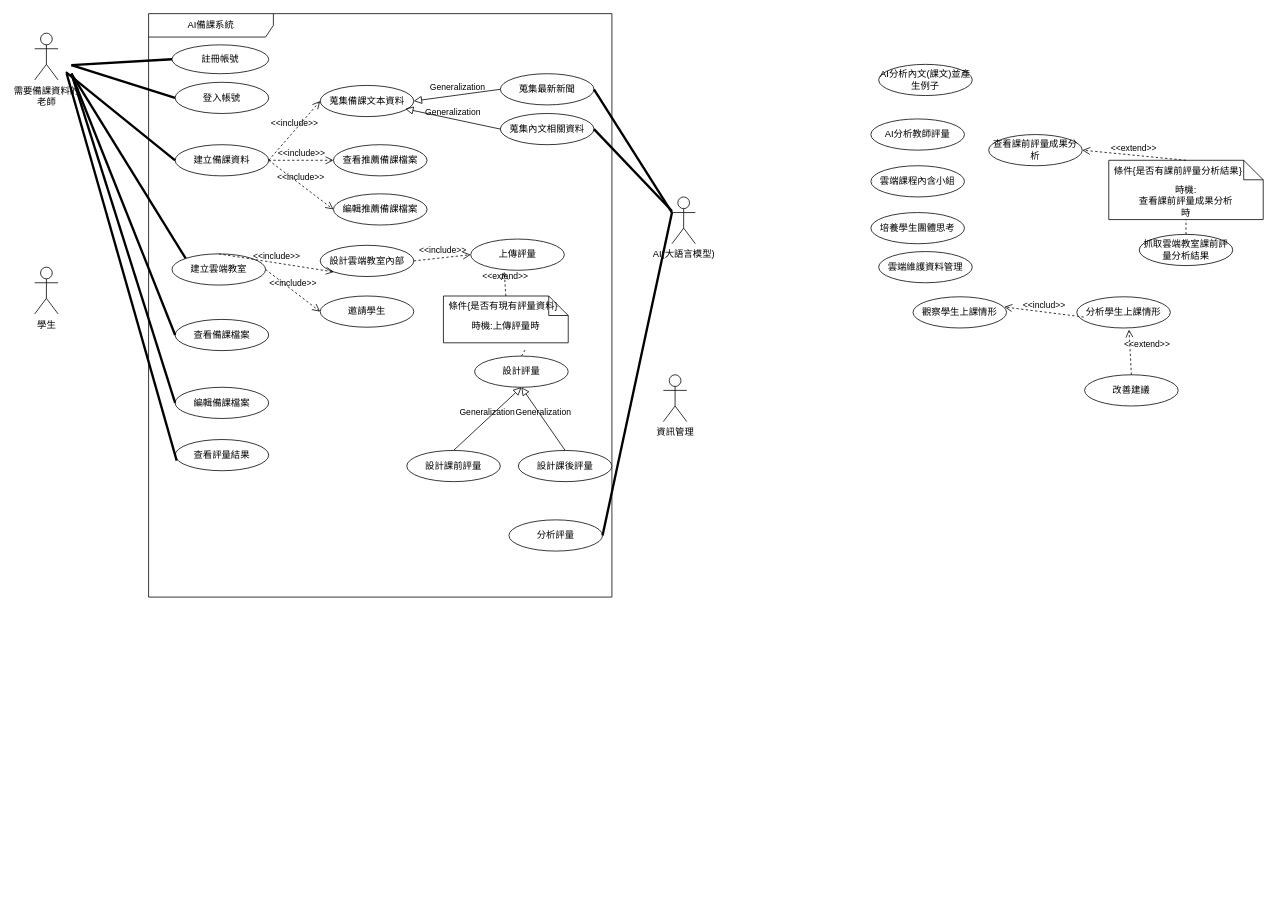
Earlier version of the draw.io diagram page "第 1 页" (1 of 2) of 顧客關係圖.drawio (Kevincheng0804/System-analysis). Source tidied: cells renumbered, new cells numbered last; positions are measured from the earlier drawing's top-left corner, leaving out a move shared by most shapes. Both pictures are drawn from the tidied source at 78%, with x=0, y=0 at pixel (34, 13).
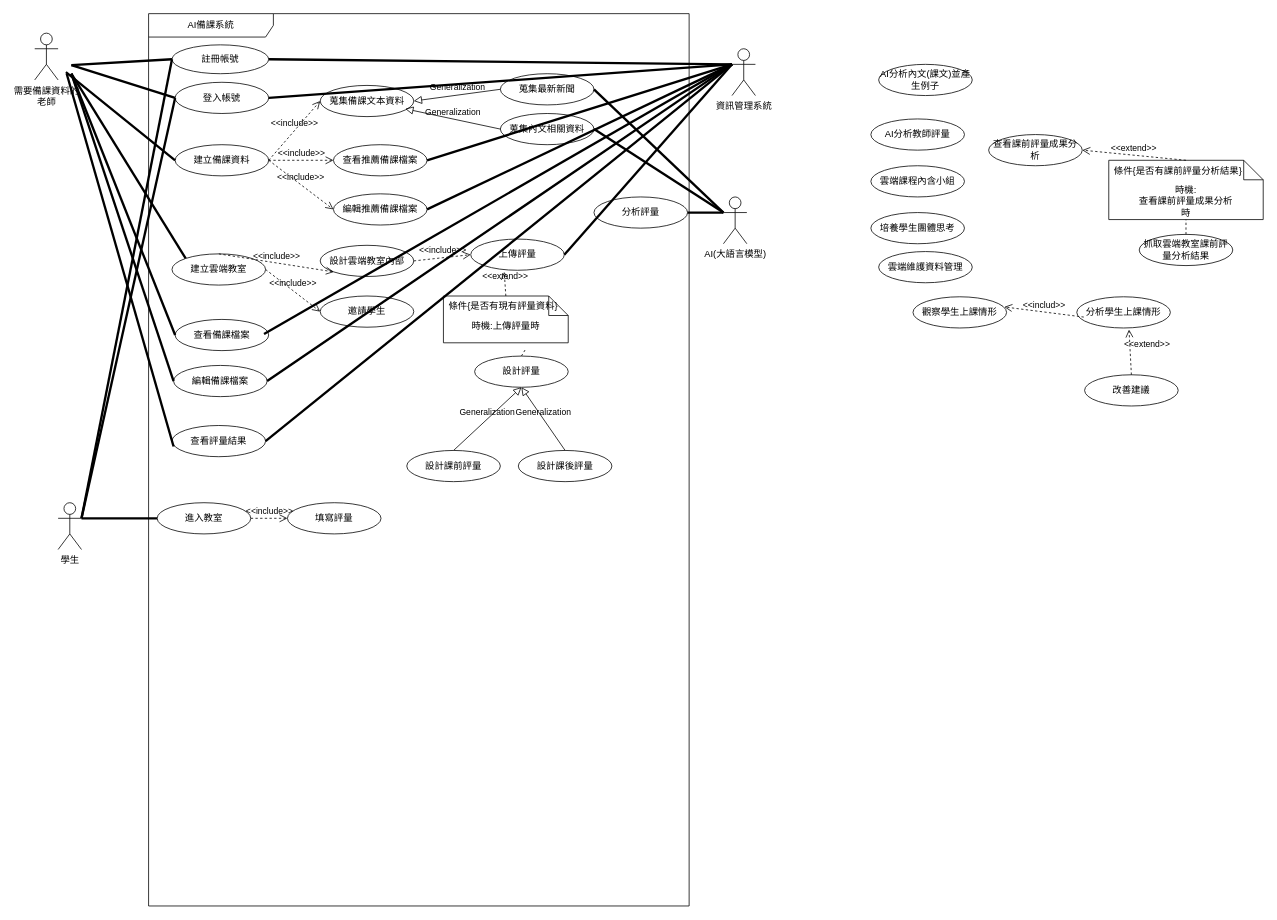
Above is the later version.

Commit message:
更新顧客關係圖.drawio

The change refers to these unchanged cells:
```xml
<mxCell id="4" value="登入帳號" style="ellipse;html=1;whiteSpace=wrap;" parent="3" vertex="1">
  <mxGeometry x="34" y="88" width="120" height="40" as="geometry" />
</mxCell>
<mxCell id="7" value="蒐集內文相關資料" style="ellipse;html=1;whiteSpace=wrap;" parent="3" vertex="1">
  <mxGeometry x="451" y="128" width="120" height="40" as="geometry" />
</mxCell>
<mxCell id="8" value="註冊帳號" style="ellipse;html=1;whiteSpace=wrap;" parent="3" vertex="1">
  <mxGeometry x="30" y="40" width="124" height="37" as="geometry" />
</mxCell>
<mxCell id="18" value="查看推薦備課檔案" style="ellipse;html=1;whiteSpace=wrap;" parent="3" vertex="1">
  <mxGeometry x="237" y="168" width="120" height="40" as="geometry" />
</mxCell>
<mxCell id="19" value="編輯推薦備課檔案" style="ellipse;html=1;whiteSpace=wrap;" parent="3" vertex="1">
  <mxGeometry x="237" y="231" width="120" height="40" as="geometry" />
</mxCell>
<mxCell id="22" value="查看備課檔案" style="ellipse;html=1;whiteSpace=wrap;" parent="3" vertex="1">
  <mxGeometry x="34" y="392" width="120" height="40" as="geometry" />
</mxCell>
<mxCell id="30" value="上傳評量" style="ellipse;html=1;whiteSpace=wrap;" parent="3" vertex="1">
  <mxGeometry x="413" y="289" width="120" height="40" as="geometry" />
</mxCell>
```

What changed in the source:
```diff
@@
     <mxCell id="3" value="AI備課系統" style="shape=umlFrame;whiteSpace=wrap;html=1;width=160;" parent="1" vertex="1">
-      <mxGeometry x="146" width="594" height="748" as="geometry" />
+      <mxGeometry x="146" width="693" height="1144" as="geometry" />
     </mxCell>
@@
     <mxCell id="39" value="查看評量結果" style="ellipse;html=1;whiteSpace=wrap;" parent="3" vertex="1">
-      <mxGeometry x="34" y="546" width="120" height="40" as="geometry" />
+      <mxGeometry x="30" y="528" width="120" height="40" as="geometry" />
     </mxCell>
     <mxCell id="40" value="編輯備課檔案" style="ellipse;html=1;whiteSpace=wrap;" parent="3" vertex="1">
-      <mxGeometry x="34" y="479" width="120" height="40" as="geometry" />
+      <mxGeometry x="32" y="451" width="120" height="40" as="geometry" />
     </mxCell>
     <mxCell id="41" value="分析評量" style="ellipse;html=1;whiteSpace=wrap;" parent="3" vertex="1">
-      <mxGeometry x="462" y="649" width="120" height="40" as="geometry" />
+      <mxGeometry x="571" y="235" width="120" height="40" as="geometry" />
     </mxCell>
+    <mxCell id="70" value="填寫評量" style="ellipse;html=1;whiteSpace=wrap;" parent="3" vertex="1">
+      <mxGeometry x="178" y="627" width="120" height="40" as="geometry" />
+    </mxCell>
+    <mxCell id="71" value="進入教室" style="ellipse;html=1;whiteSpace=wrap;" parent="3" vertex="1">
+      <mxGeometry x="11" y="627" width="120" height="40" as="geometry" />
+    </mxCell>
+    <mxCell id="72" value="&amp;lt;&amp;lt;include&amp;gt;&amp;gt;" style="endArrow=open;startArrow=none;endFill=0;startFill=0;endSize=8;html=1;verticalAlign=bottom;dashed=1;labelBackgroundColor=none;rounded=0;exitX=1;exitY=0.5;exitDx=0;exitDy=0;entryX=0;entryY=0.5;entryDx=0;entryDy=0;" parent="3" edge="1" source="71" target="70">
+      <mxGeometry relative="1" as="geometry" />
+    </mxCell>
@@
     <mxCell id="48" value="學生" style="shape=umlActor;verticalLabelPosition=bottom;verticalAlign=top;html=1;" parent="1" vertex="1">
-      <mxGeometry y="325" width="30" height="60" as="geometry" />
+      <mxGeometry x="30" y="627" width="30" height="60" as="geometry" />
     </mxCell>
@@
     <mxCell id="65" value="AI(大語言模型)" style="shape=umlActor;verticalLabelPosition=bottom;verticalAlign=top;html=1;" parent="1" vertex="1">
-      <mxGeometry x="817" y="235" width="30" height="60" as="geometry" />
+      <mxGeometry x="883" y="235" width="30" height="60" as="geometry" />
     </mxCell>
@@
-    <mxCell id="67" style="endArrow=none;startArrow=none;endFill=0;startFill=0;endSize=8;html=1;verticalAlign=bottom;labelBackgroundColor=none;strokeWidth=3;rounded=0;exitX=1;exitY=0.5;exitDx=0;exitDy=0;" parent="1" edge="1" source="7">
-      <mxGeometry relative="1" as="geometry">
-        <mxPoint x="817" y="253" as="targetPoint" />
-      </mxGeometry>
+    <mxCell id="67" style="endArrow=none;startArrow=none;endFill=0;startFill=0;endSize=8;html=1;verticalAlign=bottom;labelBackgroundColor=none;strokeWidth=3;rounded=0;exitX=1;exitY=0.5;exitDx=0;exitDy=0;entryX=0;entryY=0.3333333333333333;entryDx=0;entryDy=0;entryPerimeter=0;" parent="1" edge="1" source="7" target="65">
+      <mxGeometry relative="1" as="geometry" />
     </mxCell>
@@
-    <mxCell id="69" value="資訊管理" style="shape=umlActor;verticalLabelPosition=bottom;verticalAlign=top;html=1;" parent="1" vertex="1">
-      <mxGeometry x="806" y="463" width="30" height="60" as="geometry" />
+    <mxCell id="69" value="資訊管理系統" style="shape=umlActor;verticalLabelPosition=bottom;verticalAlign=top;html=1;" parent="1" vertex="1">
+      <mxGeometry x="894" y="45" width="30" height="60" as="geometry" />
     </mxCell>
+    <mxCell id="73" style="endArrow=none;startArrow=none;endFill=0;startFill=0;endSize=8;html=1;verticalAlign=bottom;labelBackgroundColor=none;strokeWidth=3;rounded=0;exitX=1;exitY=0.3333333333333333;exitDx=0;exitDy=0;exitPerimeter=0;entryX=0;entryY=0.5;entryDx=0;entryDy=0;" parent="1" edge="1" source="48" target="71">
+      <mxGeometry relative="1" as="geometry" />
+    </mxCell>
+    <mxCell id="74" style="endArrow=none;startArrow=none;endFill=0;startFill=0;endSize=8;html=1;verticalAlign=bottom;labelBackgroundColor=none;strokeWidth=3;rounded=0;entryX=0;entryY=0.5;entryDx=0;entryDy=0;exitX=1;exitY=0.3333333333333333;exitDx=0;exitDy=0;exitPerimeter=0;" parent="1" edge="1" source="48" target="8">
+      <mxGeometry relative="1" as="geometry" />
+    </mxCell>
+    <mxCell id="75" style="endArrow=none;startArrow=none;endFill=0;startFill=0;endSize=8;html=1;verticalAlign=bottom;labelBackgroundColor=none;strokeWidth=3;rounded=0;exitX=1;exitY=0.3333333333333333;exitDx=0;exitDy=0;exitPerimeter=0;entryX=0;entryY=0.5;entryDx=0;entryDy=0;" parent="1" edge="1" source="48" target="4">
+      <mxGeometry relative="1" as="geometry" />
+    </mxCell>
+    <mxCell id="76" style="endArrow=none;startArrow=none;endFill=0;startFill=0;endSize=8;html=1;verticalAlign=bottom;labelBackgroundColor=none;strokeWidth=3;rounded=0;entryX=0;entryY=0.3333333333333333;entryDx=0;entryDy=0;entryPerimeter=0;exitX=1;exitY=0.5;exitDx=0;exitDy=0;" parent="1" edge="1" source="8" target="69">
+      <mxGeometry relative="1" as="geometry" />
+    </mxCell>
+    <mxCell id="77" style="endArrow=none;startArrow=none;endFill=0;startFill=0;endSize=8;html=1;verticalAlign=bottom;labelBackgroundColor=none;strokeWidth=3;rounded=0;entryX=0;entryY=0.3333333333333333;entryDx=0;entryDy=0;entryPerimeter=0;exitX=1;exitY=0.5;exitDx=0;exitDy=0;" parent="1" edge="1" source="18" target="69">
+      <mxGeometry relative="1" as="geometry" />
+    </mxCell>
+    <mxCell id="78" style="endArrow=none;startArrow=none;endFill=0;startFill=0;endSize=8;html=1;verticalAlign=bottom;labelBackgroundColor=none;strokeWidth=3;rounded=0;entryX=0;entryY=0.3333333333333333;entryDx=0;entryDy=0;entryPerimeter=0;exitX=1;exitY=0.5;exitDx=0;exitDy=0;" parent="1" edge="1" source="4" target="69">
+      <mxGeometry relative="1" as="geometry" />
+    </mxCell>
+    <mxCell id="79" style="endArrow=none;startArrow=none;endFill=0;startFill=0;endSize=8;html=1;verticalAlign=bottom;labelBackgroundColor=none;strokeWidth=3;rounded=0;entryX=0;entryY=0.3333333333333333;entryDx=0;entryDy=0;entryPerimeter=0;exitX=1;exitY=0.5;exitDx=0;exitDy=0;" parent="1" edge="1" source="19" target="69">
+      <mxGeometry relative="1" as="geometry" />
+    </mxCell>
+    <mxCell id="80" style="endArrow=none;startArrow=none;endFill=0;startFill=0;endSize=8;html=1;verticalAlign=bottom;labelBackgroundColor=none;strokeWidth=3;rounded=0;entryX=0;entryY=0.3333333333333333;entryDx=0;entryDy=0;entryPerimeter=0;exitX=1;exitY=0.5;exitDx=0;exitDy=0;" parent="1" edge="1" source="30" target="69">
+      <mxGeometry relative="1" as="geometry" />
+    </mxCell>
+    <mxCell id="81" style="endArrow=none;startArrow=none;endFill=0;startFill=0;endSize=8;html=1;verticalAlign=bottom;labelBackgroundColor=none;strokeWidth=3;rounded=0;entryX=0;entryY=0.3333333333333333;entryDx=0;entryDy=0;entryPerimeter=0;exitX=0.95;exitY=0.467;exitDx=0;exitDy=0;exitPerimeter=0;" parent="1" edge="1" source="22" target="69">
+      <mxGeometry relative="1" as="geometry" />
+    </mxCell>
+    <mxCell id="82" style="endArrow=none;startArrow=none;endFill=0;startFill=0;endSize=8;html=1;verticalAlign=bottom;labelBackgroundColor=none;strokeWidth=3;rounded=0;entryX=0;entryY=0.3333333333333333;entryDx=0;entryDy=0;entryPerimeter=0;exitX=1;exitY=0.5;exitDx=0;exitDy=0;" parent="1" edge="1" source="40" target="69">
+      <mxGeometry relative="1" as="geometry" />
+    </mxCell>
+    <mxCell id="83" style="endArrow=none;startArrow=none;endFill=0;startFill=0;endSize=8;html=1;verticalAlign=bottom;labelBackgroundColor=none;strokeWidth=3;rounded=0;entryX=0;entryY=0.3333333333333333;entryDx=0;entryDy=0;entryPerimeter=0;exitX=1;exitY=0.5;exitDx=0;exitDy=0;" parent="1" edge="1" source="39" target="69">
+      <mxGeometry relative="1" as="geometry" />
+    </mxCell>
```
